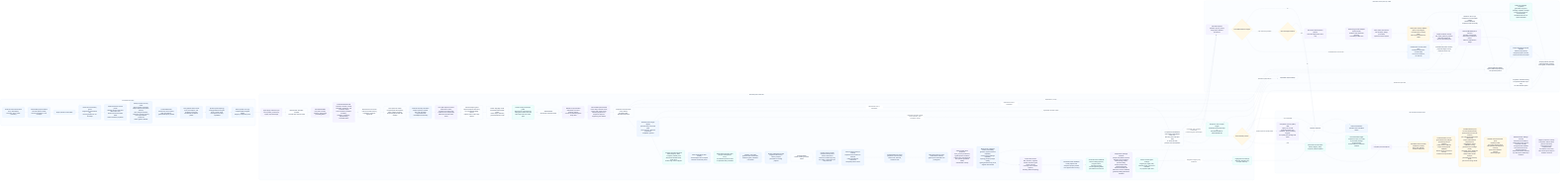
This is odylith/atlas/source/domain-intelligence-greenfield-governance.png from odylith/odylith, a Mermaid export, as it was before one commit. Its source is kept beside it as odylith/atlas/source/domain-intelligence-greenfield-governance.mmd.
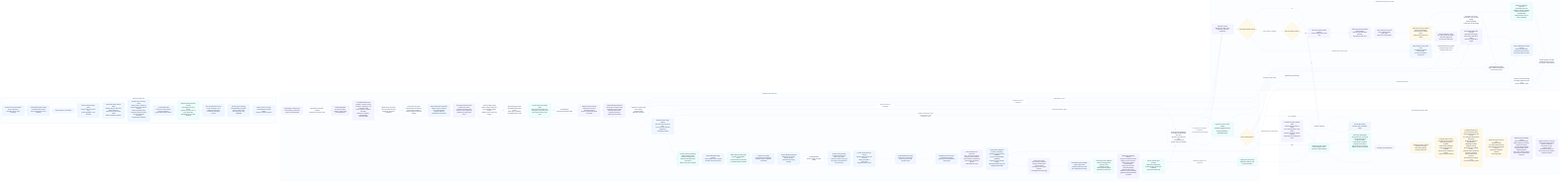
The same file after the commit.

Diff of the diagram source:
```diff
@@ -8,6 +8,7 @@
       intent_section_parser["Confirmed-intent section parser<br/>heading sections and inline label-value rows<br/>become structured intent fields<br/>before semantic projection"]
       prompt_recovery["Prompt-source recovery owner<br/>direct product containers,<br/>helper-relative actor/action clauses,<br/>actor-led gerund paths,<br/>semicolon purpose context,<br/>source punctuation preserved<br/>before generic fallback"]
       confirmed_ir["ConfirmedIntentIR<br/>section IDs, source spans,<br/>hash, provenance,<br/>grammatical object phrases"]
+      accepted_path_projection["Accepted path projection custody<br/>action/object lists stay intact;<br/>generic user roles do not mine object tails;<br/>state labels are not inline headings"]
       non_goal_owner["Non-goal derivation owner<br/>proof, assumption, and ambiguity exclusions<br/>outside the completion parent"]
       sparse_systems["Sparse system topology<br/>terse/generated rows gain proof or state owner,<br/>rich explicit rows stay unpadded"]
       public_system_copy["Public system-row copy<br/>compiler labels stripped before<br/>Registry component prose"]
@@ -88,11 +89,11 @@
       natural_rescue_proof["Natural structured rescue proof<br/>explicit provider,<br/>non-probe repaired issue,<br/>safe planned Tribunal patch summary,<br/>typed clear operation allowed,<br/>90s budget gate"]
       selected_case_leakage["Release domain leakage custody<br/>declared case sentinels,<br/>filtered distinctive anchors,<br/>historical sentinels,<br/>and generated readback<br/>scan protected source, shipped guidance,<br/>wheel, and runtime archives;<br/>top-level proof JSON stays evidence"]
       registry_forensics_custody["Registry forensics custody<br/>component sidecars keep generic summaries,<br/>workstream scope, component IDs,<br/>and artifact counts only<br/>raw scenario prose stays in evidence surfaces"]
-      completion_debt["Completion-priority quality debt<br/>typed, non-critical projection issues only;<br/>semantic, Tribunal, release, untyped,<br/>and quality-lens findings still block"]
-      final_write_debt["Final-write debt ledger<br/>component-spec, next-step,<br/>or persisted package projection debt<br/>records without transaction rollback"]
+      completion_debt["Completion-priority quality debt<br/>creation takes priority for typed,<br/>non-critical projection-copy issues;<br/>semantic, Tribunal, release, untyped,<br/>and quality-lens findings still block"]
+      final_write_debt["Final-write debt ledger<br/>component-spec, next-step,<br/>or persisted package projection debt<br/>is recorded in accepted-project/source-launch<br/>and printed in CLI closeout<br/>without transaction rollback"]
     end
 
-    visible_intent --> confirmable_stdout --> confirm --> source_guard --> intent_section_parser --> prompt_recovery --> confirmed_ir --> non_goal_owner --> sparse_systems --> public_system_copy
+    visible_intent --> confirmable_stdout --> confirm --> source_guard --> intent_section_parser --> prompt_recovery --> confirmed_ir --> accepted_path_projection --> non_goal_owner --> sparse_systems --> public_system_copy
     public_system_copy --> apply_input --> compiler --> semantic_ir --> evaluation_semantics --> actor_role_owner --> actor_path_role --> external_boundary --> sequence_owner --> subject_carry_guard --> result_language --> prose_shape_guard --> artifact_plan --> release_scope --> canonical_facts --> projection_contract --> semantic_patch_targets --> projections --> atlas_label_custody --> state_boundary_titles --> next_steps --> project_dashboard --> draft_set
     draft_set --> source_casing_custody --> control_plane_homonyms --> artifact_units --> mermaid_source_units --> visible_actor_projection --> validators --> expert_lenses --> persisted_readback --> governed_readback --> evidence_readback --> typed_findings --> source_addresses --> projection_targets --> final_manifest
     typed_findings -- "untyped or legacy-only evidence" --> legacy_blockers --> rollback
```
